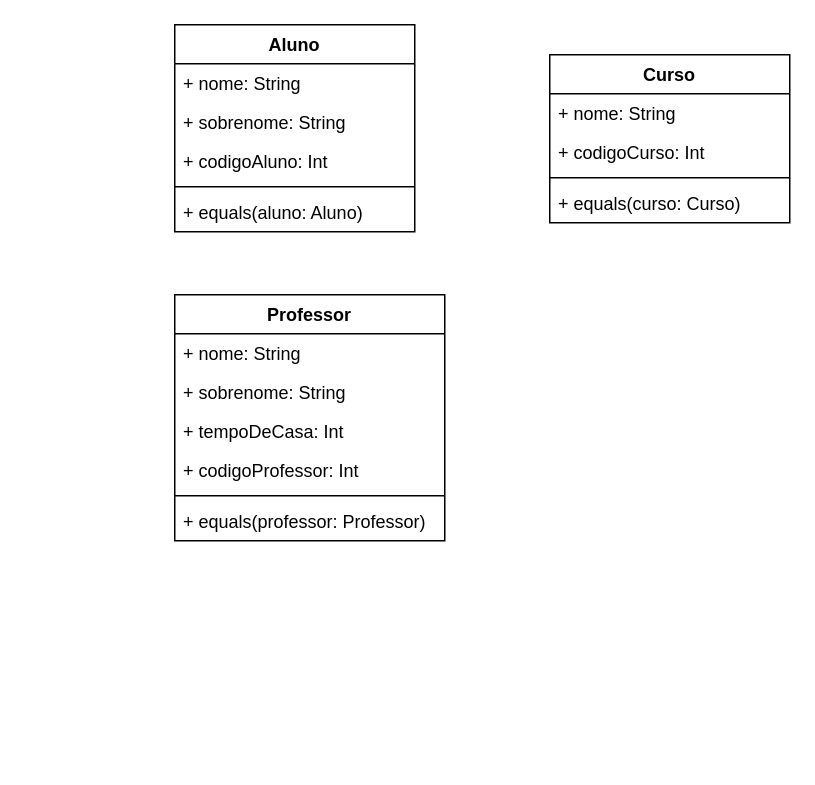
Before: src/br/digitalhouse/com/desafioKotlin/desafioKotlin.drawio in AlineCruzDEV/desafioKotlin, a draw.io diagram. Source tidied: cells renumbered, new cells numbered last; positions are measured from the earlier drawing's top-left corner, leaving out a move shared by most shapes. Both pictures are drawn from the tidied source at 150%, with x=0, y=0 at pixel (174, 24).
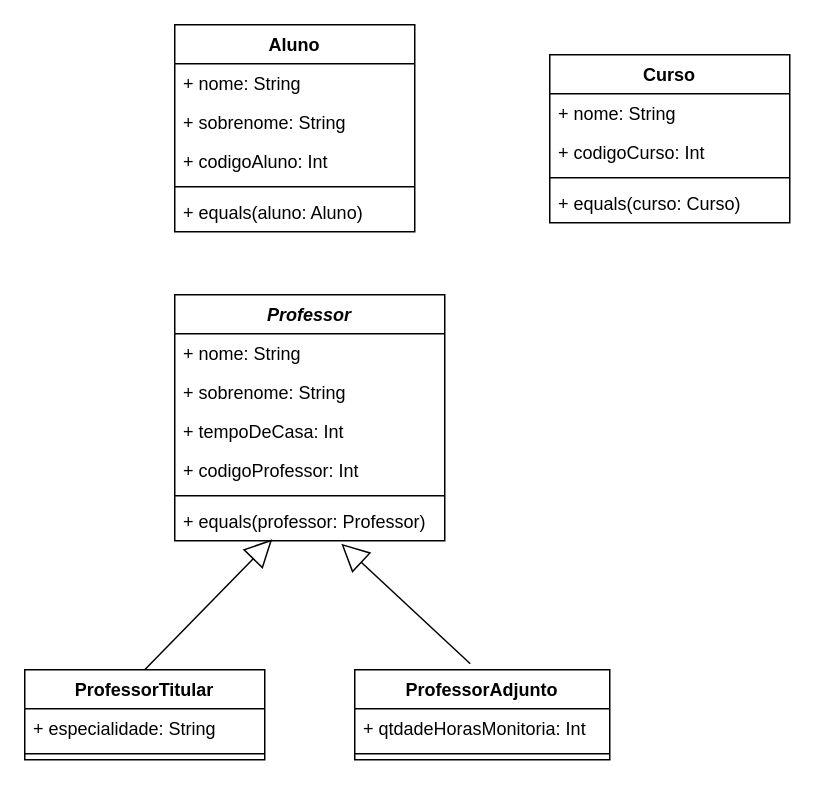
Above is the later version.

The change refers to these unchanged cells:
```xml
<mxCell id="19" value="+ equals(professor: Professor)" style="text;strokeColor=none;fillColor=none;align=left;verticalAlign=top;spacingLeft=4;spacingRight=4;overflow=hidden;points=[[0,0.5],[1,0.5]];portConstraint=eastwest;" parent="13" vertex="1">
  <mxGeometry y="138" width="180" height="26" as="geometry" />
</mxCell>
```

What changed in the source:
```diff
@@
-    <mxCell id="13" value="Professor" style="swimlane;fontStyle=1;align=center;verticalAlign=top;horizontal=1;startSize=26;" parent="1" vertex="1">
+    <mxCell id="13" value="Professor" style="swimlane;fontStyle=3;align=center;verticalAlign=top;horizontal=1;startSize=26;" parent="1" vertex="1">
       <mxGeometry y="180" width="180" height="164" as="geometry" />
     </mxCell>
@@
+    <mxCell id="20" value="ProfessorAdjunto" style="swimlane;fontStyle=1;align=center;verticalAlign=top;horizontal=1;startSize=26;" parent="1" vertex="1">
+      <mxGeometry x="120" y="430" width="170" height="60" as="geometry" />
+    </mxCell>
+    <mxCell id="21" value="+ qtdadeHorasMonitoria: Int" style="text;strokeColor=none;fillColor=none;align=left;verticalAlign=top;spacingLeft=4;spacingRight=4;overflow=hidden;" parent="20" vertex="1">
+      <mxGeometry y="26" width="170" height="26" as="geometry" />
+    </mxCell>
+    <mxCell id="22" style="line;strokeWidth=1;fillColor=none;align=left;verticalAlign=middle;spacingTop=-1;spacingLeft=3;spacingRight=3;labelPosition=right;" parent="20" vertex="1">
+      <mxGeometry y="52" width="170" height="8" as="geometry" />
+    </mxCell>
+    <mxCell id="23" style="endArrow=block;endSize=16;endFill=0;html=1;exitX=0.5;exitY=0;exitDx=0;exitDy=0;entryX=0.361;entryY=0.962;entryDx=0;entryDy=0;entryPerimeter=0;" parent="1" edge="1" source="25" target="19">
+      <mxGeometry relative="1" as="geometry" />
+    </mxCell>
+    <mxCell id="24" style="endArrow=block;endSize=16;endFill=0;html=1;exitX=0.453;exitY=-0.067;exitDx=0;exitDy=0;entryX=0.617;entryY=1.077;entryDx=0;entryDy=0;entryPerimeter=0;exitPerimeter=0;" parent="1" edge="1" source="20" target="19">
+      <mxGeometry relative="1" as="geometry" />
+    </mxCell>
+    <mxCell id="25" value="ProfessorTitular" style="swimlane;fontStyle=1;align=center;verticalAlign=top;horizontal=1;startSize=26;" parent="1" vertex="1">
+      <mxGeometry x="-100" y="430" width="160" height="60" as="geometry" />
+    </mxCell>
+    <mxCell id="26" value="+ especialidade: String" style="text;strokeColor=none;fillColor=none;align=left;verticalAlign=top;spacingLeft=4;spacingRight=4;overflow=hidden;" parent="25" vertex="1">
+      <mxGeometry y="26" width="160" height="26" as="geometry" />
+    </mxCell>
+    <mxCell id="27" style="line;strokeWidth=1;fillColor=none;align=left;verticalAlign=middle;spacingTop=-1;spacingLeft=3;spacingRight=3;labelPosition=right;" parent="25" vertex="1">
+      <mxGeometry y="52" width="160" height="8" as="geometry" />
+    </mxCell>
```
